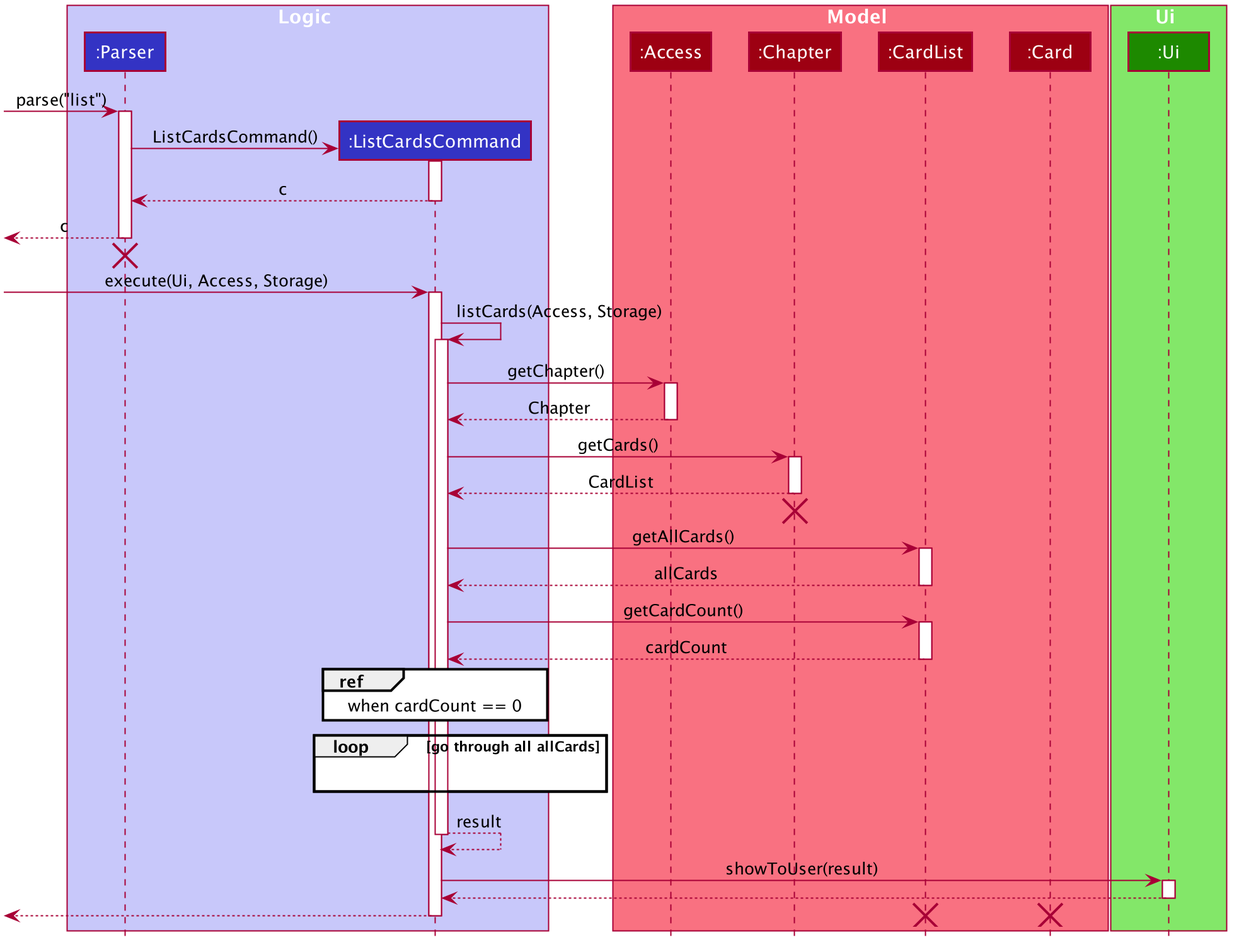
The PlantUML diagram docs/UML/listcard_seq_diagram.png in nus-cs2113-AY2021S1/tp, before a commit.
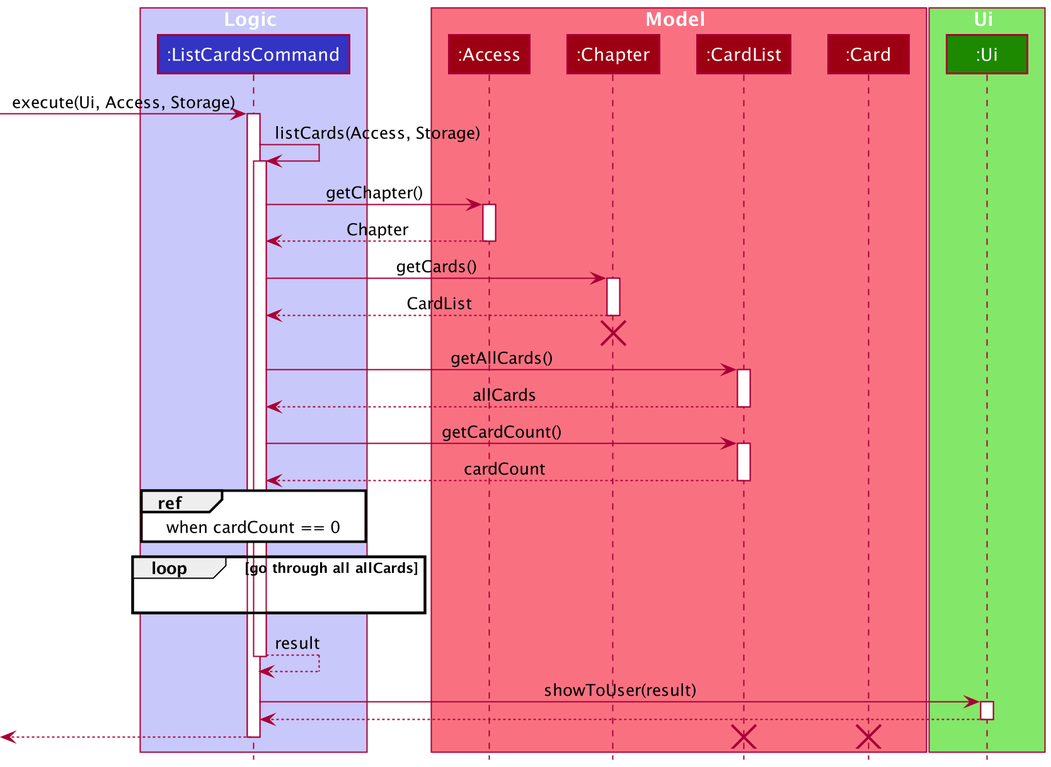
After the change.

What changed in the source:
```diff
@@ -1,83 +1,20 @@
 @startuml
+!include style.puml
 
-
-
-
-
-
-
-
-skinparam BackgroundColor #FFFFFFF
-
-skinparam Shadowing false
-
-skinparam Class {
-    FontColor #FFFFFF
-    BorderThickness 1
-    BorderColor #FFFFFF
-    StereotypeFontColor #FFFFFF
-    FontName Arial
-}
-
-skinparam Actor {
-    BorderColor #000000
-    Color #000000
-    FontName Arial
-}
-
-skinparam Sequence {
-    MessageAlign center
-    BoxFontSize 15
-    BoxPadding 0
-    BoxFontColor #FFFFFF
-    FontName Arial
-}
-
-skinparam Participant {
-    FontColor #FFFFFFF
-    Padding 20
-}
-
-skinparam MinClassWidth 50
-skinparam ParticipantPadding 10
-skinparam Shadowing false
-skinparam DefaultTextAlignment center
-skinparam packageStyle Rectangle
-
-hide footbox
-hide members
-hide circle
-
-box Logic #C8C8FA
-participant ":Parser" as Parser #3333C4
-participant ":ListCardsCommand" as ListCardsCommand #3333C4
+box Logic LOGIC_COLOR_T1
+participant ":ListCardsCommand" as ListCardsCommand LOGIC_COLOR
 end box
 
-box Model #F97181
-participant ":Access" as Access #9D0012
-participant ":Chapter" as Chapter #9D0012
-participant ":CardList" as CardList #9D0012
-participant ":Card" as Card #9D0012
+box Model MODEL_COLOR_T1
+participant ":Access" as Access MODEL_COLOR
+participant ":Chapter" as Chapter MODEL_COLOR
+participant ":CardList" as CardList MODEL_COLOR
+participant ":Card" as Card MODEL_COLOR
 end box
 
-box Ui #83E769
-participant ":Ui" as Ui #1D8900
+box Ui UI_COLOR_T1
+participant ":Ui" as Ui UI_COLOR
 end box
-
-[-> Parser : parse("list")
-activate Parser
-
-create ListCardsCommand
-Parser -> ListCardsCommand : ListCardsCommand()
-activate ListCardsCommand
-
-ListCardsCommand --> Parser : c
-deactivate ListCardsCommand
-
-[<-- Parser : c
-deactivate Parser
-[<-[hidden]- Parser
-destroy Parser
 
 [-> ListCardsCommand : execute(Ui, Access, Storage)
 activate ListCardsCommand
```
